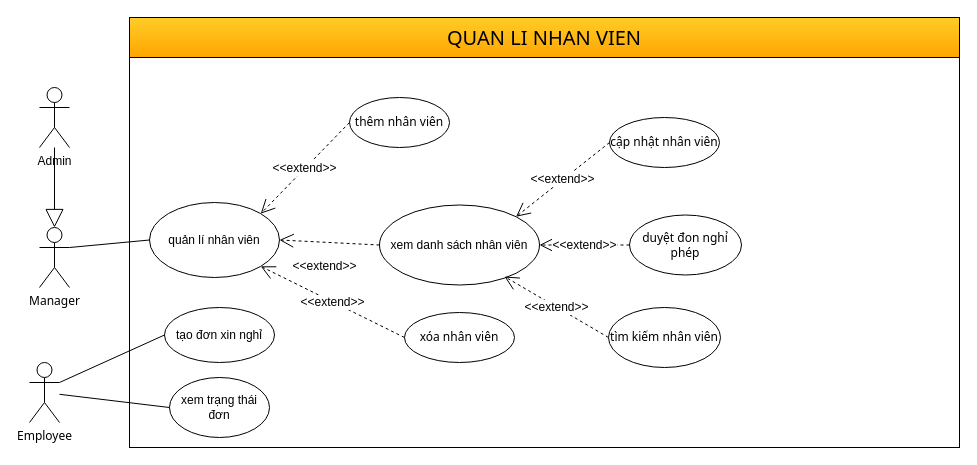
The draw.io diagram QuanLyNhanVien.drawio in hoangda24312/Group4-DesigningSystem, before the edit. Source tidied: cells renumbered, new cells numbered last; positions are measured from the earlier drawing's top-left corner, leaving out a move shared by most shapes. Both pictures are drawn from the tidied source at 100%, with x=0, y=0 at pixel (29, 17).
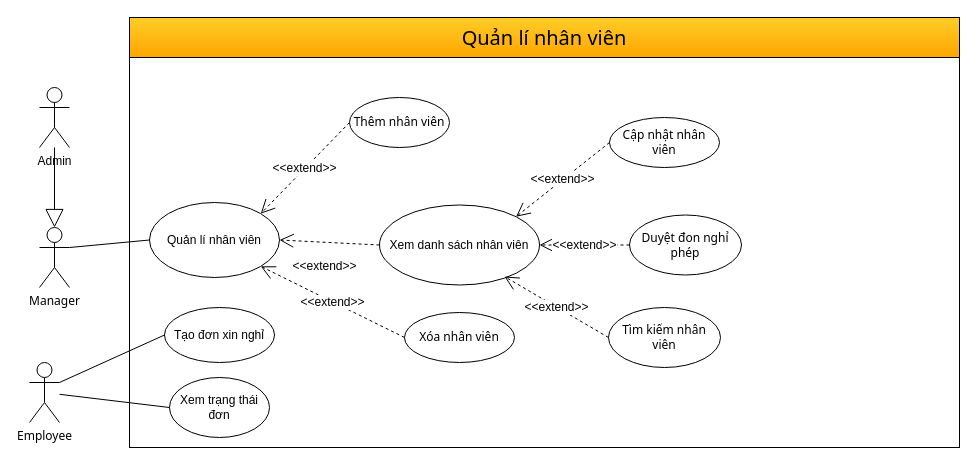
Above is the later version.

Diff of the diagram source:
```diff
@@
-    <mxCell id="3" value="&lt;font style=&quot;font-size: 20px;&quot;&gt;QUAN LI NHAN VIEN&lt;/font&gt;" style="rounded=0;whiteSpace=wrap;html=1;fillColor=#ffcd28;gradientColor=#ffa500;strokeColor=#000000;fontFamily=Tahoma;" parent="1" vertex="1">
+    <mxCell id="3" value="&lt;span style=&quot;font-size: 20px;&quot;&gt;Quản lí nhân viên&lt;/span&gt;" style="rounded=0;whiteSpace=wrap;html=1;fillColor=#ffcd28;gradientColor=#ffa500;strokeColor=#000000;fontFamily=Tahoma;" parent="1" vertex="1">
       <mxGeometry x="100" width="830" height="40" as="geometry" />
     </mxCell>
-    <mxCell id="4" value="thêm nhân viên" style="ellipse;whiteSpace=wrap;html=1;fontFamily=Tahoma;" parent="1" vertex="1">
+    <mxCell id="4" value="Thêm nhân viên" style="ellipse;whiteSpace=wrap;html=1;fontFamily=Tahoma;" parent="1" vertex="1">
       <mxGeometry x="320" y="80" width="100" height="50" as="geometry" />
     </mxCell>
-    <mxCell id="5" value="cập nhật nhân viên" style="ellipse;whiteSpace=wrap;html=1;fontFamily=Tahoma;" parent="1" vertex="1">
+    <mxCell id="5" value="Cập nhật nhân viên" style="ellipse;whiteSpace=wrap;html=1;fontFamily=Tahoma;" parent="1" vertex="1">
       <mxGeometry x="580" y="100" width="110" height="50" as="geometry" />
     </mxCell>
-    <mxCell id="6" value="xóa nhân viên" style="ellipse;whiteSpace=wrap;html=1;fontFamily=Tahoma;" parent="1" vertex="1">
+    <mxCell id="6" value="Xóa nhân viên" style="ellipse;whiteSpace=wrap;html=1;fontFamily=Tahoma;" parent="1" vertex="1">
       <mxGeometry x="375" y="295" width="110" height="50" as="geometry" />
     </mxCell>
-    <mxCell id="7" value="tìm kiếm nhân viên" style="ellipse;whiteSpace=wrap;html=1;fontFamily=Tahoma;" parent="1" vertex="1">
+    <mxCell id="7" value="Tìm kiếm nhân viên" style="ellipse;whiteSpace=wrap;html=1;fontFamily=Tahoma;" parent="1" vertex="1">
       <mxGeometry x="579" y="290" width="112" height="60" as="geometry" />
     </mxCell>
-    <mxCell id="8" value="quản lí nhân viên" style="ellipse;whiteSpace=wrap;html=1;" parent="1" vertex="1">
+    <mxCell id="8" value="Quản lí nhân viên" style="ellipse;whiteSpace=wrap;html=1;" parent="1" vertex="1">
       <mxGeometry x="120" y="185" width="130" height="75" as="geometry" />
     </mxCell>
-    <mxCell id="9" value="xem danh sách nhân viên" style="ellipse;whiteSpace=wrap;html=1;" parent="1" vertex="1">
+    <mxCell id="9" value="Xem danh sách nhân viên" style="ellipse;whiteSpace=wrap;html=1;" parent="1" vertex="1">
       <mxGeometry x="350" y="187.5" width="160" height="80" as="geometry" />
     </mxCell>
@@
-    <mxCell id="19" value="duyệt đon nghỉ phép" style="ellipse;whiteSpace=wrap;html=1;fontFamily=Tahoma;" parent="1" vertex="1">
+    <mxCell id="19" value="Duyệt đon nghỉ phép" style="ellipse;whiteSpace=wrap;html=1;fontFamily=Tahoma;" parent="1" vertex="1">
       <mxGeometry x="600" y="197.5" width="112" height="60" as="geometry" />
     </mxCell>
@@
-    <mxCell id="22" value="tạo đơn xin nghỉ" style="ellipse;whiteSpace=wrap;html=1;" parent="1" vertex="1">
+    <mxCell id="22" value="Tạo đơn xin nghỉ" style="ellipse;whiteSpace=wrap;html=1;" parent="1" vertex="1">
       <mxGeometry x="135" y="290" width="110" height="55" as="geometry" />
     </mxCell>
-    <mxCell id="23" value="xem trạng thái đơn" style="ellipse;whiteSpace=wrap;html=1;" parent="1" vertex="1">
+    <mxCell id="23" value="Xem trạng thái đơn" style="ellipse;whiteSpace=wrap;html=1;" parent="1" vertex="1">
       <mxGeometry x="140" y="360" width="100" height="60" as="geometry" />
     </mxCell>
```
